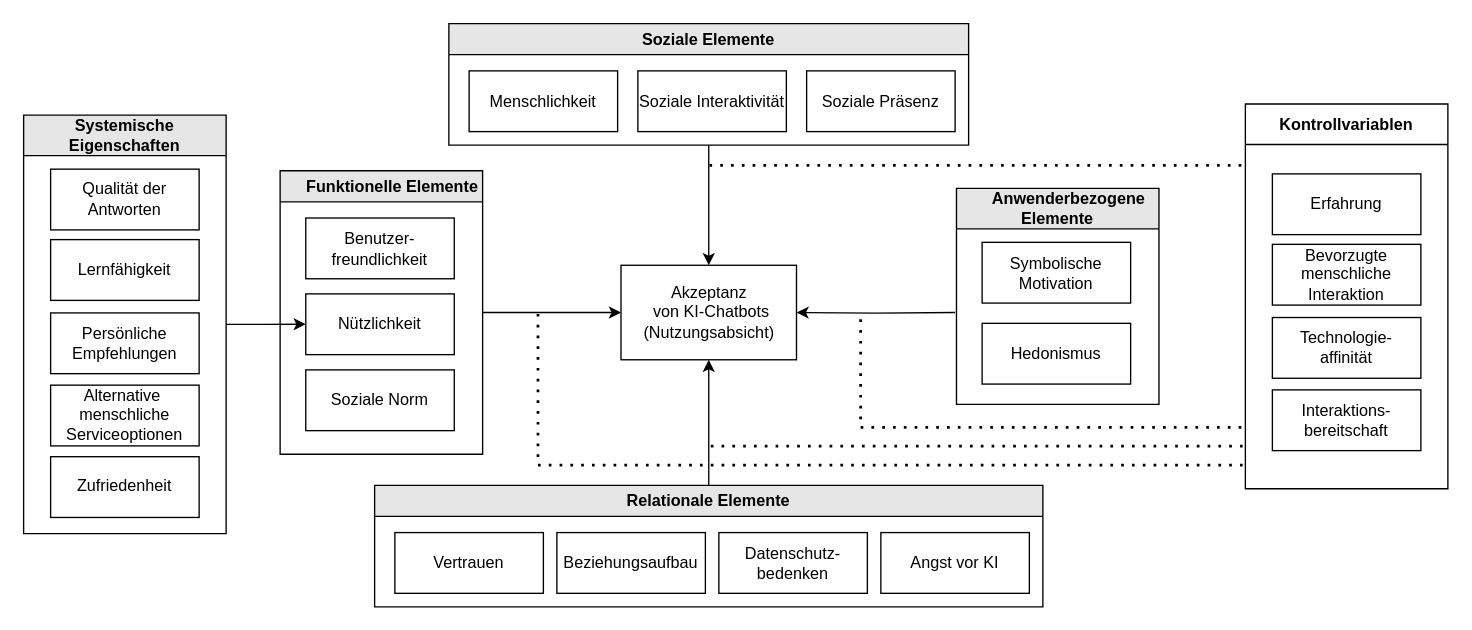
This is sRAM.drawio from Frododo12/Web-Technologie, a draw.io file, before an edit. Source tidied: cells renumbered, new cells numbered last; positions are measured from the earlier drawing's top-left corner, leaving out a move shared by most shapes. Both pictures are drawn from the tidied source at 135%, with x=0, y=0 at pixel (23, 23).
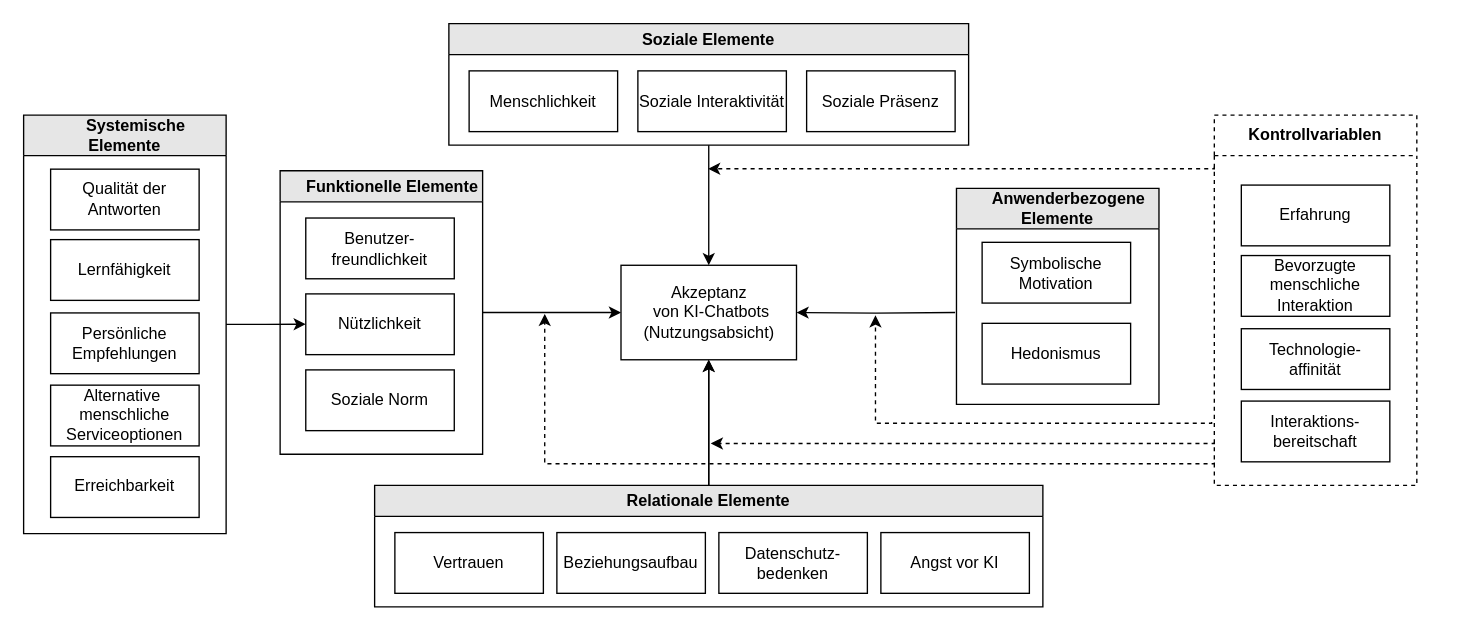
After the change.

The change refers to these unchanged cells:
```xml
<mxCell id="2" value="Akzeptanz&lt;br&gt;&amp;nbsp;von KI-Chatbots&lt;br&gt;(Nutzungsabsicht)" style="rounded=0;whiteSpace=wrap;html=1;" parent="1" vertex="1">
  <mxGeometry x="442.5" y="179" width="130" height="70" as="geometry" />
</mxCell>
<mxCell id="4" value="Relationale Elemente" style="swimlane;whiteSpace=wrap;html=1;fillColor=#E6E6E6;strokeColor=#000000;" parent="1" vertex="1">
  <mxGeometry x="260" y="342" width="495" height="90" as="geometry" />
</mxCell>
```

Diff of the diagram source:
```diff
@@
+    <mxCell id="39" style="edgeStyle=orthogonalEdgeStyle;rounded=0;jettySize=auto;html=1;" parent="1" edge="1" source="4" target="2">
+      <mxGeometry relative="1" as="geometry" />
+    </mxCell>
@@
-    <mxCell id="24" value="Systemische Eigenschaften" style="swimlane;whiteSpace=wrap;html=1;startSize=30;fillColor=#E6E6E6;" parent="1" vertex="1">
+    <mxCell id="24" value="&amp;nbsp; &amp;nbsp; &amp;nbsp;Systemische &lt;br&gt;Elemente" style="swimlane;whiteSpace=wrap;html=1;startSize=30;fillColor=#E6E6E6;" parent="1" vertex="1">
       <mxGeometry y="67.8" width="150" height="310" as="geometry" />
     </mxCell>
@@
-    <mxCell id="29" value="Zufriedenheit" style="rounded=0;whiteSpace=wrap;html=1;" parent="24" vertex="1">
+    <mxCell id="29" value="Erreichbarkeit" style="rounded=0;whiteSpace=wrap;html=1;" parent="24" vertex="1">
       <mxGeometry x="20" y="253" width="110" height="45" as="geometry" />
     </mxCell>
-    <mxCell id="30" value="Kontrollvariablen" style="swimlane;whiteSpace=wrap;html=1;startSize=30;fillColor=#FFFFFF;" parent="1" vertex="1">
-      <mxGeometry x="905" y="59.5" width="150" height="285" as="geometry" />
+    <mxCell id="30" value="Kontrollvariablen" style="swimlane;whiteSpace=wrap;html=1;startSize=30;fillColor=#FFFFFF;dashed=1;" parent="1" vertex="1">
+      <mxGeometry x="882" y="67.8" width="150" height="274.2" as="geometry" />
     </mxCell>
@@
-    <mxCell id="35" style="endArrow=none;dashed=1;html=1;dashPattern=1 3;strokeWidth=2;rounded=0;" parent="1" edge="1">
-      <mxGeometry relative="1" as="geometry">
-        <mxPoint x="509" y="313" as="sourcePoint" />
-        <mxPoint x="905" y="313" as="targetPoint" />
-      </mxGeometry>
-    </mxCell>
-    <mxCell id="36" style="endArrow=none;dashed=1;html=1;dashPattern=1 3;strokeWidth=2;rounded=0;" parent="1" edge="1">
-      <mxGeometry relative="1" as="geometry">
-        <mxPoint x="508" y="105" as="sourcePoint" />
-        <mxPoint x="906" y="105" as="targetPoint" />
-      </mxGeometry>
-    </mxCell>
-    <mxCell id="37" style="endArrow=none;dashed=1;html=1;dashPattern=1 3;strokeWidth=2;rounded=0;" parent="1" edge="1">
-      <mxGeometry relative="1" as="geometry">
-        <mxPoint x="620" y="219" as="sourcePoint" />
-        <mxPoint x="906" y="299" as="targetPoint" />
-        <Array as="points">
-          <mxPoint x="620" y="299" />
-        </Array>
-      </mxGeometry>
-    </mxCell>
-    <mxCell id="38" style="endArrow=none;dashed=1;html=1;dashPattern=1 3;strokeWidth=2;rounded=0;" parent="1" edge="1">
-      <mxGeometry relative="1" as="geometry">
-        <mxPoint x="381" y="215" as="sourcePoint" />
-        <mxPoint x="905" y="327" as="targetPoint" />
-        <Array as="points">
-          <mxPoint x="381" y="327" />
-        </Array>
-      </mxGeometry>
-    </mxCell>
+    <mxCell id="40" style="edgeStyle=orthogonalEdgeStyle;rounded=0;orthogonalLoop=1;jettySize=auto;html=1;dashed=1;" parent="1" edge="1">
+      <mxGeometry relative="1" as="geometry">
+        <mxPoint x="882" y="310" as="sourcePoint" />
+        <mxPoint x="509" y="311" as="targetPoint" />
+        <Array as="points">
+          <mxPoint x="882.5" y="311" />
+        </Array>
+      </mxGeometry>
+    </mxCell>
+    <mxCell id="41" style="edgeStyle=orthogonalEdgeStyle;rounded=0;orthogonalLoop=1;jettySize=auto;html=1;dashed=1;" parent="1" edge="1">
+      <mxGeometry relative="1" as="geometry">
+        <mxPoint x="882" y="325" as="sourcePoint" />
+        <mxPoint x="386" y="215" as="targetPoint" />
+        <Array as="points">
+          <mxPoint x="882.5" y="326" />
+        </Array>
+      </mxGeometry>
+    </mxCell>
+    <mxCell id="42" style="edgeStyle=orthogonalEdgeStyle;rounded=0;orthogonalLoop=1;jettySize=auto;html=1;dashed=1;" parent="1" edge="1">
+      <mxGeometry relative="1" as="geometry">
+        <mxPoint x="882" y="106" as="sourcePoint" />
+        <mxPoint x="507" y="107.5" as="targetPoint" />
+        <Array as="points">
+          <mxPoint x="882.5" y="107" />
+        </Array>
+      </mxGeometry>
+    </mxCell>
+    <mxCell id="43" style="edgeStyle=orthogonalEdgeStyle;rounded=0;orthogonalLoop=1;jettySize=auto;html=1;dashed=1;" parent="1" edge="1">
+      <mxGeometry relative="1" as="geometry">
+        <mxPoint x="880" y="295" as="sourcePoint" />
+        <mxPoint x="631" y="216" as="targetPoint" />
+        <Array as="points">
+          <mxPoint x="880.5" y="296" />
+        </Array>
+      </mxGeometry>
+    </mxCell>
```
